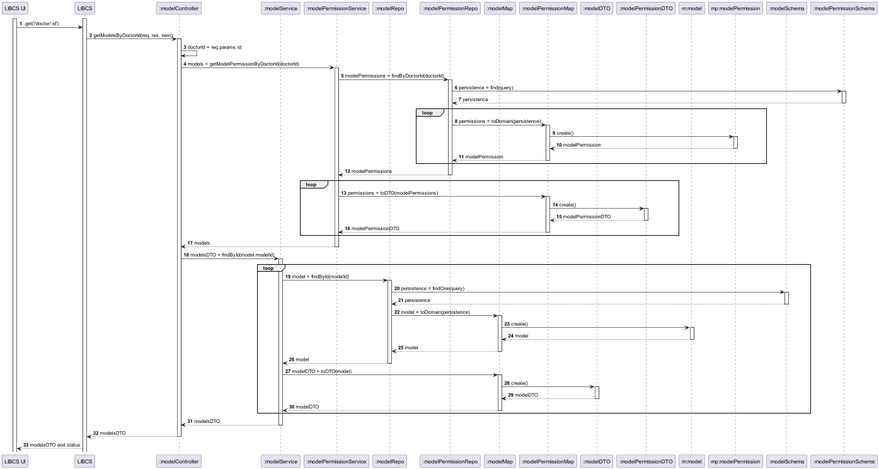
Earlier version of the PlantUML export wiki/diagrams/UCS/UC8/nivel3/UC8.png (Pedro-Teixeira-1211184/least-invasive-breast-cancer-surgery). Its diagram source:
```plantuml
@startuml

autonumber
participant "LIBCS UI" as UI
participant "LIBCS" as API
participant ":modelController" as BC
participant ":modelService" as BS
participant ":modelPermissionService" as BPS
participant ":modelRepo" as BR
participant ":modelPermissionRepo" as BPR
participant ":modelMap" as BM
participant ":modelPermissionMap" as BPM
participant ":modelDTO" as DTO
participant ":modelPermissionDTO" as mDTO
participant "m:model" as B
participant "mp:modelPermission" as BP
participant ":modelSchema" as BSchema
participant ":modelPermissionSchema" as BPSchema


activate UI
activate API
UI -> API : .get('/doctor/:id')
API -> BC : getModelsByDoctorId(req, res, next)
activate BC
BC -> BC : doctorId = req.params.id;
BC -> BPS : models = getModelPermissionByDoctorId(doctorId)
activate BPS
BPS -> BPR : modelPermissions = findByDoctorId(doctorId)
activate BPR
BPR -> BPSchema : persistence = find(query)
activate BPSchema
BPSchema --> BPR : persistence
deactivate BPSchema
loop
BPR -> BPM : permissions = toDomain(persistence)
activate BPM
BPM -> BP : create()
activate BP
BP --> BPM : modelPermission
deactivate BP
BPM --> BPR : modelPermission
deactivate BPM
end
BPR --> BPS : modelPermissions
deactivate BPR
loop
BPS -> BPM : permissions = toDTO(modelPermissions)
activate BPM
BPM -> mDTO : create()
activate mDTO
mDTO --> BPM : modelPermissionDTO
deactivate mDTO
BPM --> BPS : modelPermissionDTO
deactivate BPM
end
BPS --> BC : models
deactivate BPS
BC -> BS : modelsDTO = findById(model.modelId)
activate BS
loop
BS -> BR : model = findById(modelId)
activate BR
BR -> BSchema : persistence = findOne(query)
activate BSchema
BSchema --> BR : persistence
deactivate BSchema
BR -> BM : model = toDomain(persistence)
activate BM
BM -> B : create()
activate B
B --> BM : model
deactivate B
BM --> BR : model
deactivate BM
BR --> BS : model
deactivate BR
BS -> BM : modelDTO = toDTO(model)
activate BM
BM -> DTO : create()
activate DTO
DTO --> BM : modelDTO
deactivate DTO
BM --> BS : modelDTO
deactivate BM
end
BS --> BC : modelsDTO
deactivate BS
BC --> API : modelsDTO
deactivate BC
API --> UI : modelsDTO and status

@enduml
```
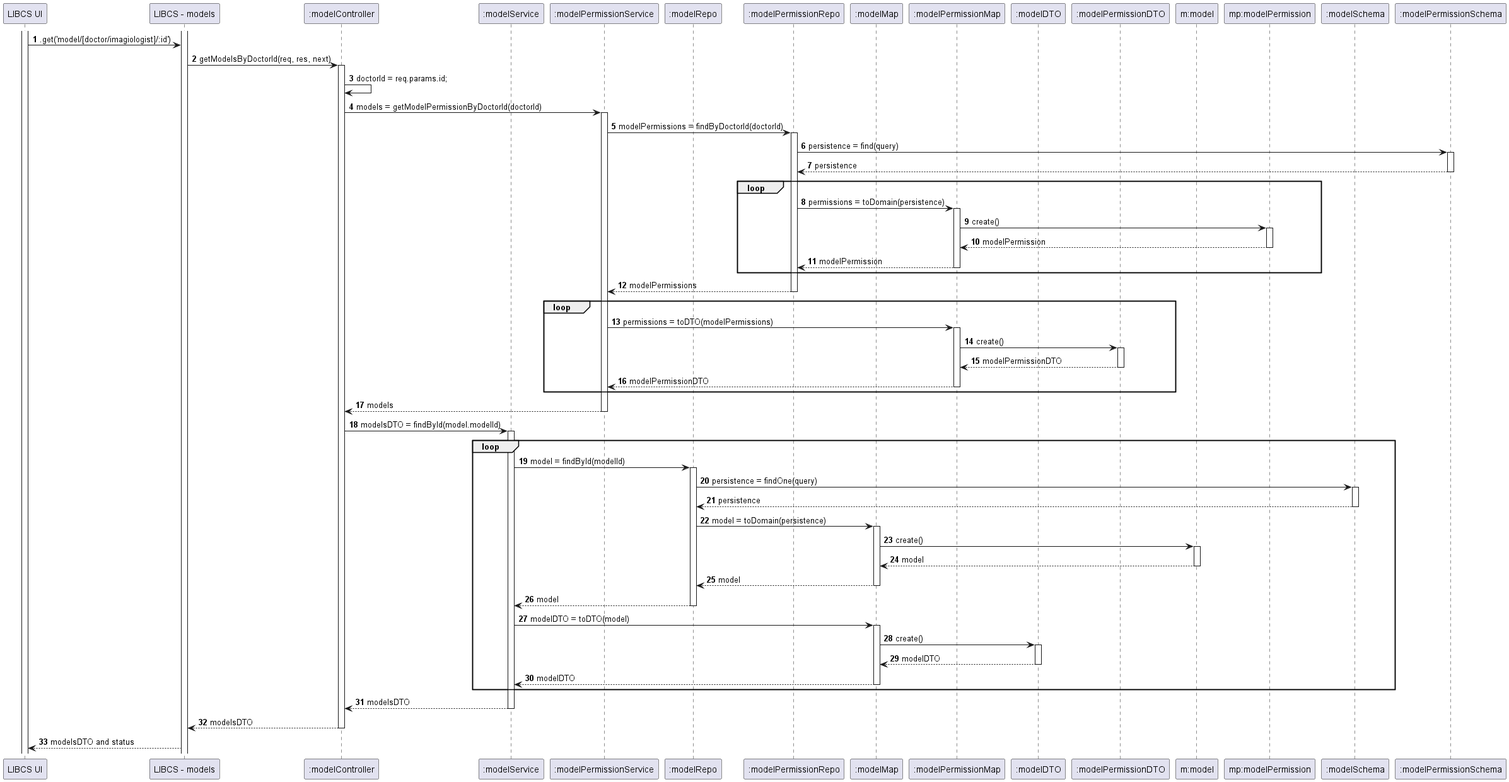
The same diagram one commit later.

Change to the diagram source:
```diff
@@ -2,7 +2,7 @@
 
 autonumber
 participant "LIBCS UI" as UI
-participant "LIBCS" as API
+participant "LIBCS - models" as API
 participant ":modelController" as BC
 participant ":modelService" as BS
 participant ":modelPermissionService" as BPS
@@ -20,7 +20,7 @@
 
 activate UI
 activate API
-UI -> API : .get('/doctor/:id')
+UI -> API : .get('model/[doctor/imagiologist]/:id')
 API -> BC : getModelsByDoctorId(req, res, next)
 activate BC
 BC -> BC : doctorId = req.params.id;
```
